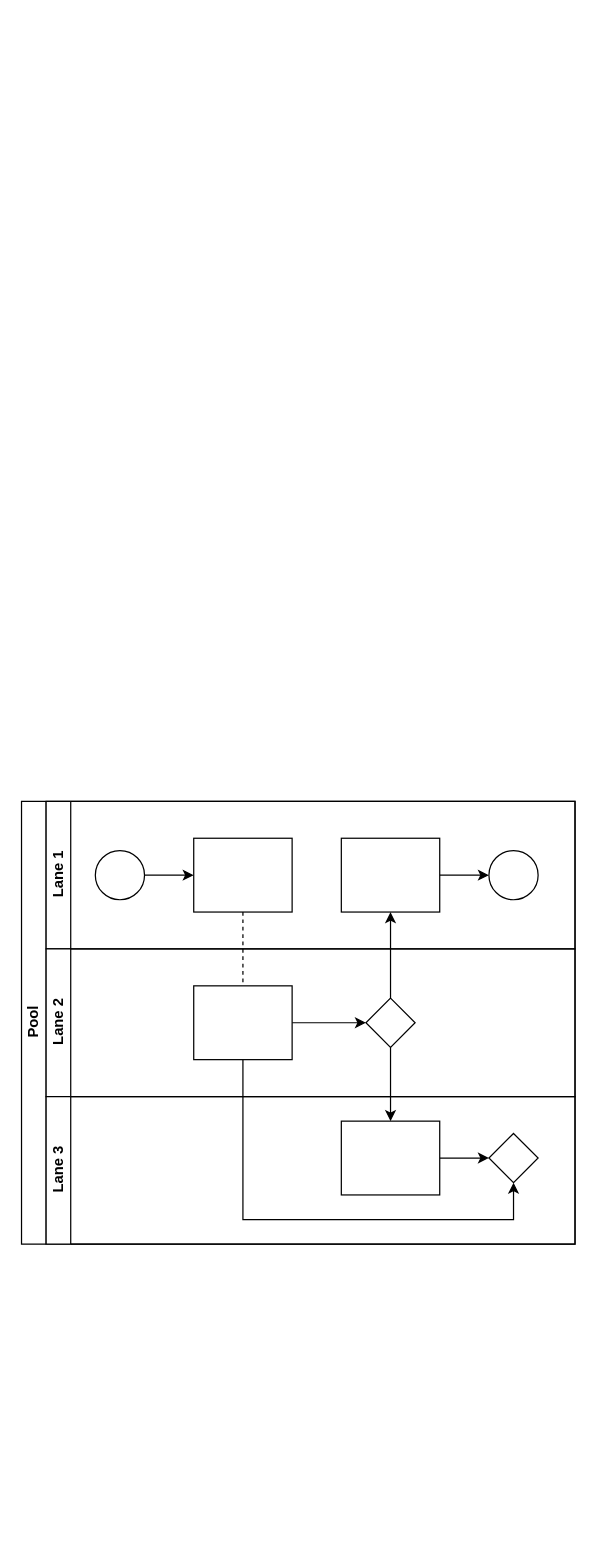
This is Untitled Diagram.drawio from julingpu/coffee, a draw.io file, before an edit. Source tidied: cells renumbered, new cells numbered last; positions are measured from the earlier drawing's top-left corner, leaving out a move shared by most shapes. Both pictures are drawn from the tidied source at 123%, with x=0, y=0 at pixel (21, 801).
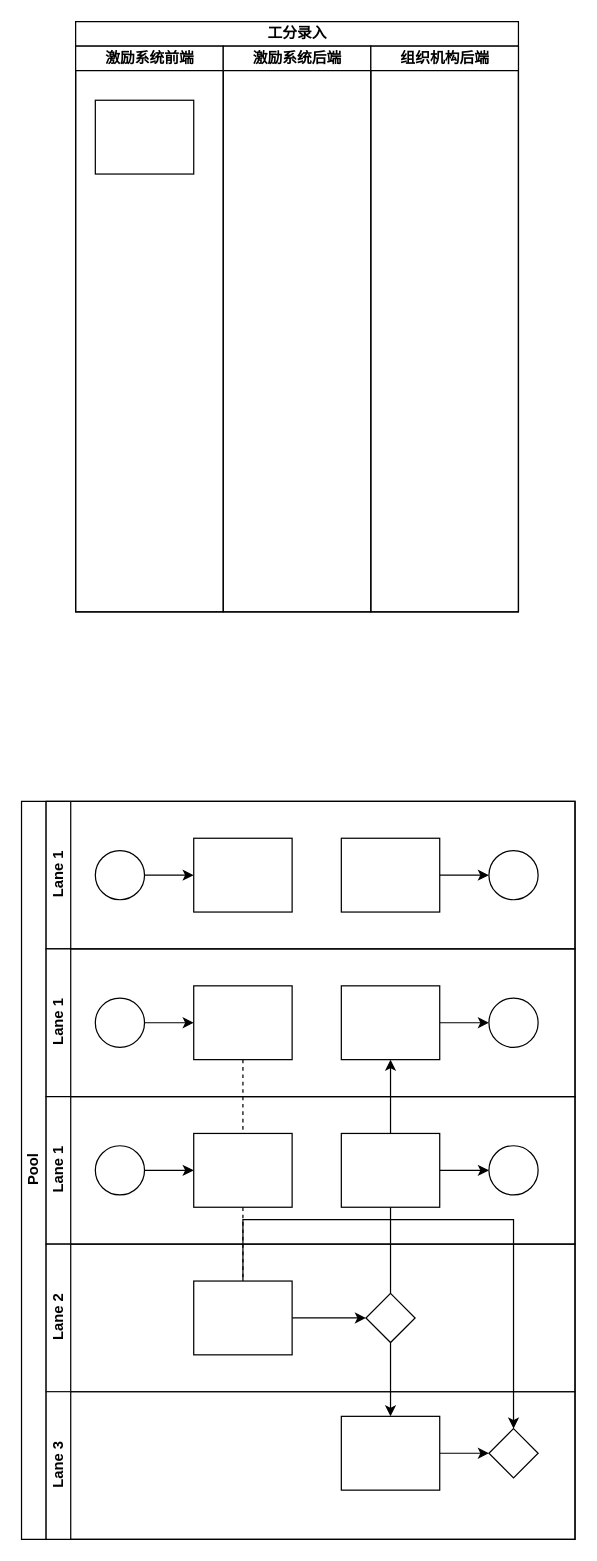
The same page after the edit.

The edit, as a diff of the source:
```diff
@@
-    <mxCell id="2" value="Pool" style="swimlane;html=1;horizontal=0;startSize=20;" parent="1" vertex="1">
-      <mxGeometry width="450" height="360" as="geometry" />
+    <mxCell id="2" value="Pool" style="swimlane;html=1;horizontal=0;startSize=20;direction=east;" parent="1" vertex="1">
+      <mxGeometry width="450" height="600" as="geometry" />
     </mxCell>
@@
+    <mxCell id="22" value="Lane 1" style="swimlane;html=1;startSize=20;horizontal=0;" parent="2" vertex="1">
+      <mxGeometry x="20" width="430" height="120" as="geometry" />
+    </mxCell>
+    <mxCell id="23" style="edgeStyle=orthogonalEdgeStyle;rounded=0;jettySize=auto;html=1;" parent="22" edge="1" source="24" target="25">
+      <mxGeometry relative="1" as="geometry" />
+    </mxCell>
+    <mxCell id="24" style="ellipse;whiteSpace=wrap;html=1;" parent="22" vertex="1">
+      <mxGeometry x="40" y="40" width="40" height="40" as="geometry" />
+    </mxCell>
+    <mxCell id="25" style="rounded=0;whiteSpace=wrap;html=1;fontFamily=Helvetica;fontSize=12;fontColor=#000000;align=center;" parent="22" vertex="1">
+      <mxGeometry x="120" y="30" width="80" height="60" as="geometry" />
+    </mxCell>
+    <mxCell id="26" style="edgeStyle=orthogonalEdgeStyle;rounded=0;jettySize=auto;html=1;endArrow=classic;endFill=1;" parent="22" edge="1" source="27" target="28">
+      <mxGeometry relative="1" as="geometry" />
+    </mxCell>
+    <mxCell id="27" style="rounded=0;whiteSpace=wrap;html=1;fontFamily=Helvetica;fontSize=12;fontColor=#000000;align=center;" parent="22" vertex="1">
+      <mxGeometry x="240" y="30" width="80" height="60" as="geometry" />
+    </mxCell>
+    <mxCell id="28" style="ellipse;whiteSpace=wrap;html=1;" parent="22" vertex="1">
+      <mxGeometry x="360" y="40" width="40" height="40" as="geometry" />
+    </mxCell>
     <mxCell id="7" value="Lane 1" style="swimlane;html=1;startSize=20;horizontal=0;" parent="2" vertex="1">
-      <mxGeometry x="20" width="430" height="120" as="geometry" />
+      <mxGeometry x="20" y="120" width="430" height="120" as="geometry" />
     </mxCell>
@@
+    <mxCell id="29" value="Lane 1" style="swimlane;html=1;startSize=20;horizontal=0;" parent="2" vertex="1">
+      <mxGeometry x="20" y="240" width="430" height="120" as="geometry" />
+    </mxCell>
+    <mxCell id="30" style="edgeStyle=orthogonalEdgeStyle;rounded=0;jettySize=auto;html=1;" parent="29" edge="1" source="31" target="32">
+      <mxGeometry relative="1" as="geometry" />
+    </mxCell>
+    <mxCell id="31" style="ellipse;whiteSpace=wrap;html=1;" parent="29" vertex="1">
+      <mxGeometry x="40" y="40" width="40" height="40" as="geometry" />
+    </mxCell>
+    <mxCell id="32" style="rounded=0;whiteSpace=wrap;html=1;fontFamily=Helvetica;fontSize=12;fontColor=#000000;align=center;" parent="29" vertex="1">
+      <mxGeometry x="120" y="30" width="80" height="60" as="geometry" />
+    </mxCell>
+    <mxCell id="33" style="edgeStyle=orthogonalEdgeStyle;rounded=0;jettySize=auto;html=1;endArrow=classic;endFill=1;" parent="29" edge="1" source="34" target="35">
+      <mxGeometry relative="1" as="geometry" />
+    </mxCell>
+    <mxCell id="34" style="rounded=0;whiteSpace=wrap;html=1;fontFamily=Helvetica;fontSize=12;fontColor=#000000;align=center;" parent="29" vertex="1">
+      <mxGeometry x="240" y="30" width="80" height="60" as="geometry" />
+    </mxCell>
+    <mxCell id="35" style="ellipse;whiteSpace=wrap;html=1;" parent="29" vertex="1">
+      <mxGeometry x="360" y="40" width="40" height="40" as="geometry" />
+    </mxCell>
     <mxCell id="14" value="Lane 2" style="swimlane;html=1;startSize=20;horizontal=0;" parent="2" vertex="1">
-      <mxGeometry x="20" y="120" width="430" height="120" as="geometry" />
+      <mxGeometry x="20" y="360" width="430" height="120" as="geometry" />
     </mxCell>
@@
     <mxCell id="18" value="Lane 3" style="swimlane;html=1;startSize=20;horizontal=0;" parent="2" vertex="1">
-      <mxGeometry x="20" y="240" width="430" height="120" as="geometry" />
+      <mxGeometry x="20" y="480" width="430" height="120" as="geometry" />
     </mxCell>
@@
+    <mxCell id="36" value="工分录入" style="swimlane;html=1;startSize=20;" parent="1" vertex="1">
+      <mxGeometry x="44" y="-634" width="360" height="480" as="geometry" />
+    </mxCell>
+    <mxCell id="37" value="激励系统前端" style="swimlane;html=1;startSize=20;" parent="36" vertex="1">
+      <mxGeometry y="20" width="120" height="460" as="geometry" />
+    </mxCell>
+    <mxCell id="38" style="rounded=0;whiteSpace=wrap;html=1;fontFamily=Helvetica;fontSize=12;fontColor=#000000;align=center;" parent="37" vertex="1">
+      <mxGeometry x="16" y="44" width="80" height="60" as="geometry" />
+    </mxCell>
+    <mxCell id="39" value="激励系统后端" style="swimlane;html=1;startSize=20;" parent="36" vertex="1">
+      <mxGeometry x="120" y="20" width="120" height="460" as="geometry" />
+    </mxCell>
+    <mxCell id="40" value="组织机构后端" style="swimlane;html=1;startSize=20;" parent="36" vertex="1">
+      <mxGeometry x="240" y="20" width="120" height="460" as="geometry" />
+    </mxCell>
```
